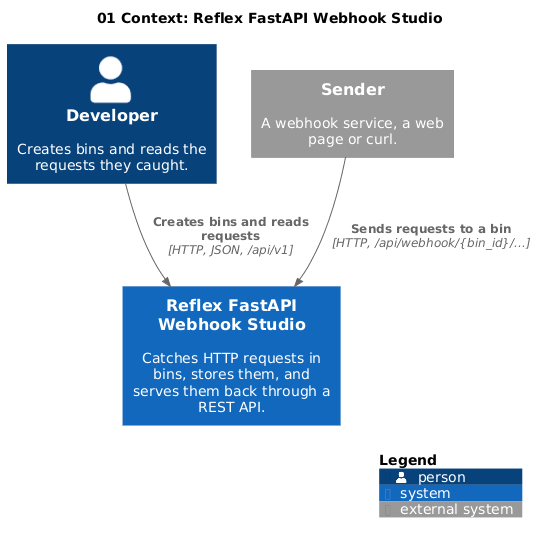
Before: docs/diagrams/01-c4-context.png, a diagram exported from PlantUML (Nikhil-Raphy/reflex-fastapi-webhook-studio). The source it was exported from:
```plantuml
@startuml 01-c4-context
!include <C4/C4_Context>

title 01 Context: Reflex FastAPI Webhook Studio

Person(developer, "Developer", "Creates bins and reads the requests they caught.")
System_Ext(sender, "Sender", "A webhook service, a web page or curl.")
System(studio, "Reflex FastAPI Webhook Studio", "Catches HTTP requests in bins, stores them, and serves them back through a REST API.")

Rel(sender, studio, "Sends requests to a bin", "HTTP, /api/webhook/{bin_id}/...")
Rel(developer, studio, "Creates bins and reads requests", "HTTP, JSON, /api/v1")

SHOW_LEGEND()
@enduml
```
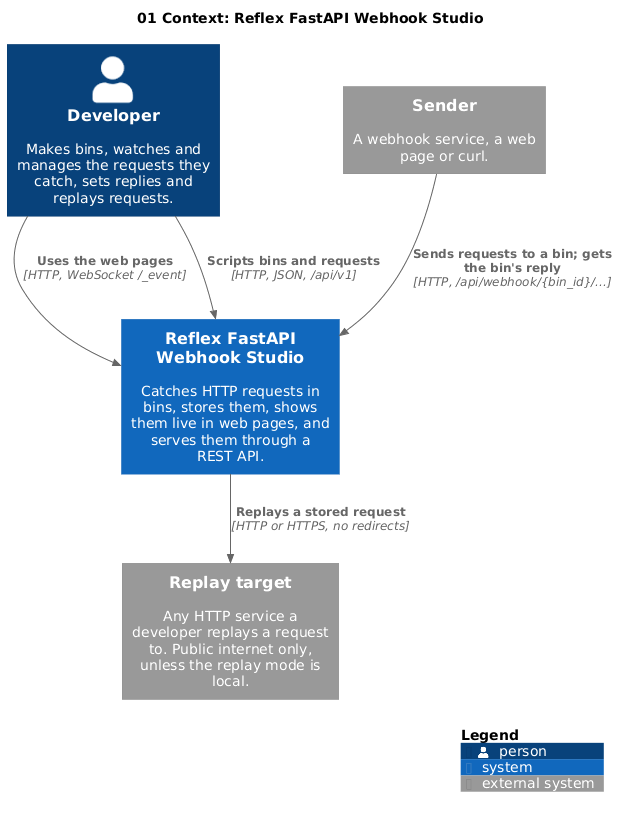
The same file after the commit.

Change to the diagram source:
```diff
@@ -3,12 +3,15 @@
 
 title 01 Context: Reflex FastAPI Webhook Studio
 
-Person(developer, "Developer", "Creates bins and reads the requests they caught.")
+Person(developer, "Developer", "Makes bins, watches and manages the requests they catch, sets replies and replays requests.")
 System_Ext(sender, "Sender", "A webhook service, a web page or curl.")
-System(studio, "Reflex FastAPI Webhook Studio", "Catches HTTP requests in bins, stores them, and serves them back through a REST API.")
+System(studio, "Reflex FastAPI Webhook Studio", "Catches HTTP requests in bins, stores them, shows them live in web pages, and serves them through a REST API.")
+System_Ext(target, "Replay target", "Any HTTP service a developer replays a request to. Public internet only, unless the replay mode is local.")
 
-Rel(sender, studio, "Sends requests to a bin", "HTTP, /api/webhook/{bin_id}/...")
-Rel(developer, studio, "Creates bins and reads requests", "HTTP, JSON, /api/v1")
+Rel(sender, studio, "Sends requests to a bin; gets the bin's reply", "HTTP, /api/webhook/{bin_id}/...")
+Rel(developer, studio, "Uses the web pages", "HTTP, WebSocket /_event")
+Rel(developer, studio, "Scripts bins and requests", "HTTP, JSON, /api/v1")
+Rel(studio, target, "Replays a stored request", "HTTP or HTTPS, no redirects")
 
 SHOW_LEGEND()
 @enduml
```
